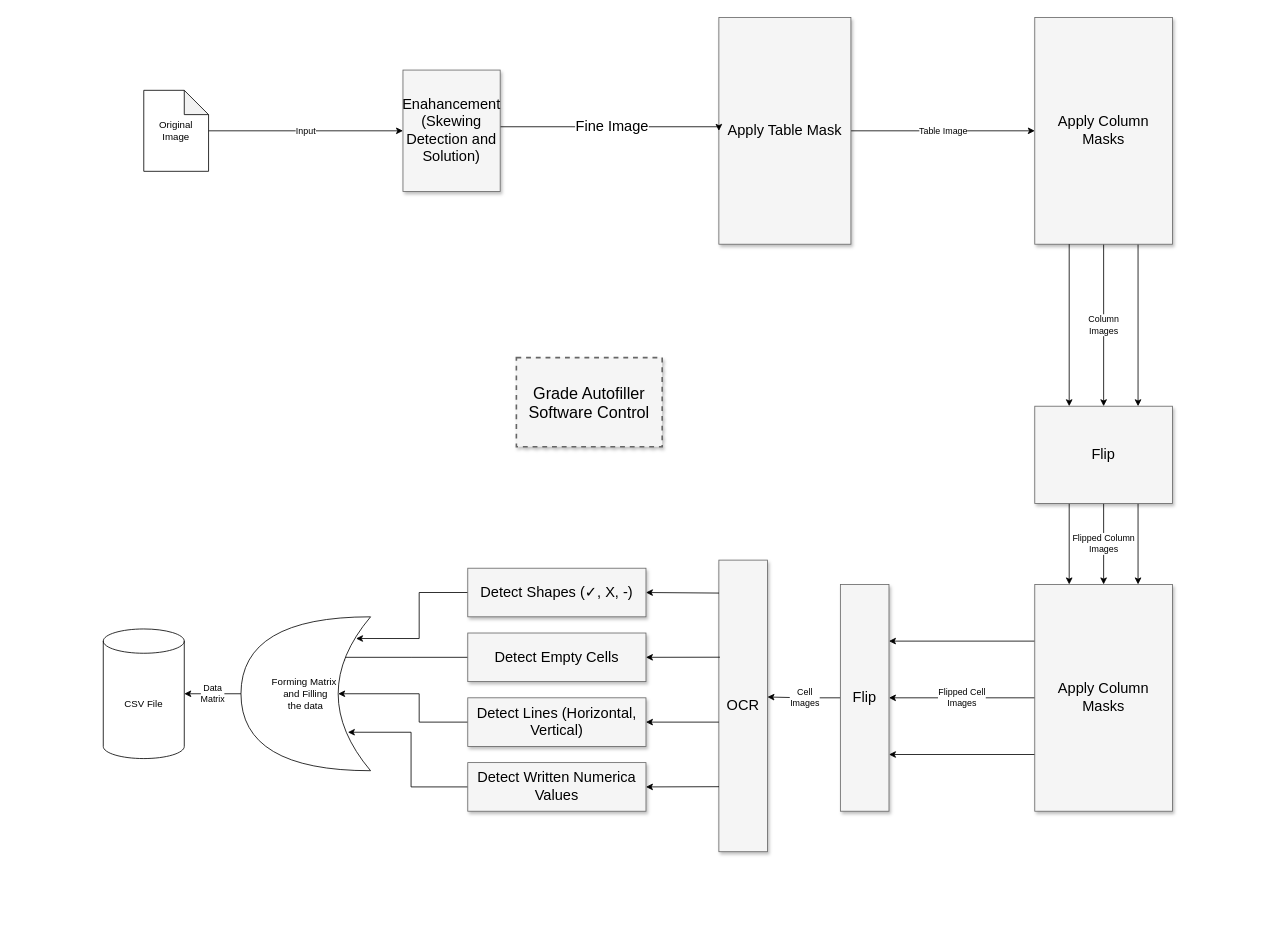
Above: Documents/System Block Diagram.drawio in AhmedAlaa2024/Grade-Auto-Filler (draw.io), before the change. Source tidied: cells renumbered, new cells numbered last; positions are measured from the earlier drawing's top-left corner, leaving out a move shared by most shapes. Both pictures are drawn from the tidied source at 81%, with x=0, y=0 at pixel (103, 17).
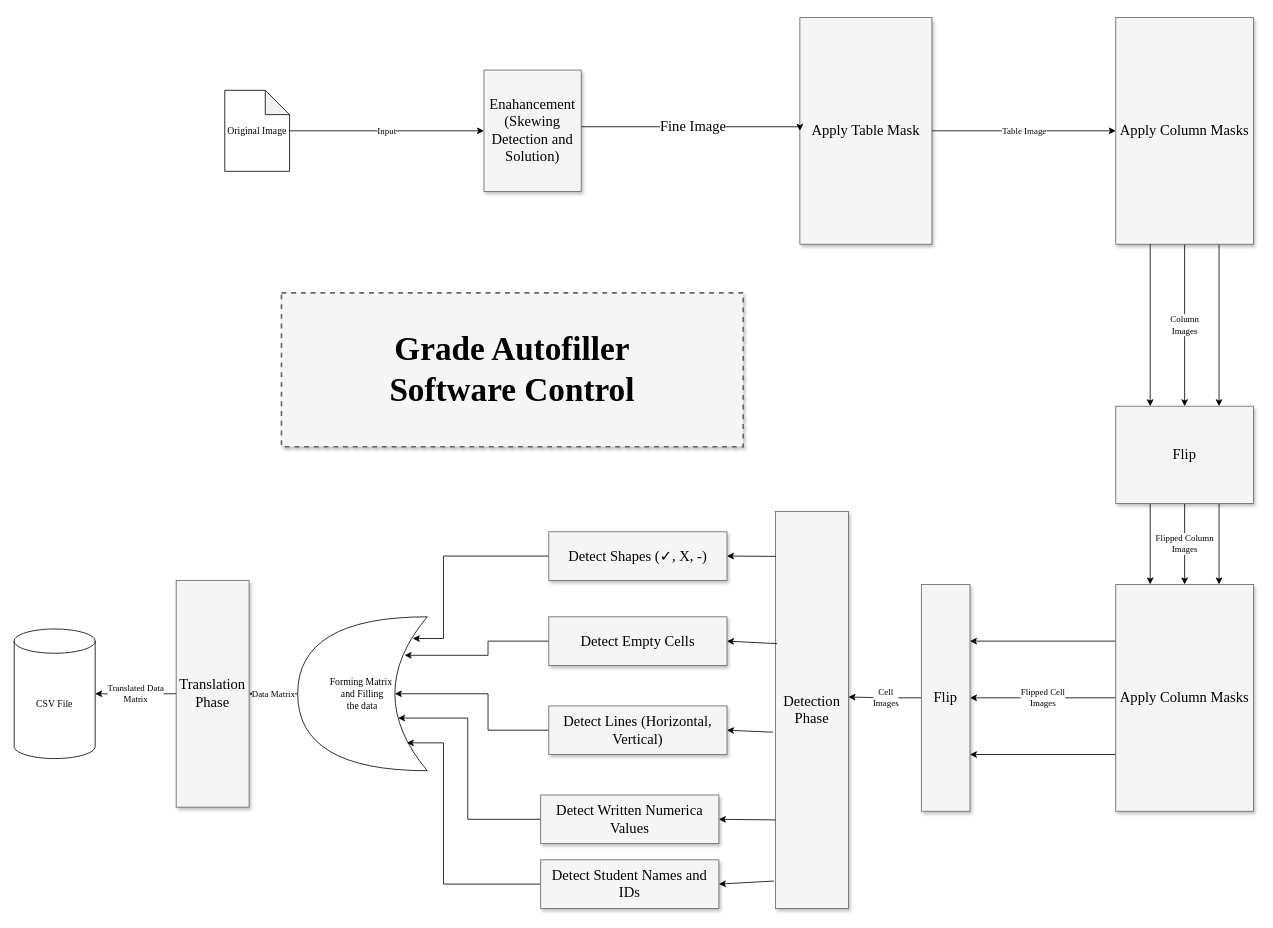
The same page after the edit.

Commit message (it also covers changes not shown here):
Update and add some details in the system block diagram

What changed in the source:
```diff
@@
-    <mxCell id="2" value="Grade Autofiller&lt;br&gt;Software Control" style="whiteSpace=wrap;html=1;shadow=1;fontSize=20;fillColor=#f5f5f5;strokeColor=#666666;strokeWidth=2;dashed=1;" parent="1" vertex="1">
-      <mxGeometry x="510" y="420" width="180" height="110" as="geometry" />
+    <mxCell id="2" value="&lt;font style=&quot;font-size: 41px;&quot;&gt;&lt;b&gt;Grade Autofiller&lt;br&gt;Software Control&lt;/b&gt;&lt;/font&gt;" style="whiteSpace=wrap;html=1;shadow=1;fontSize=20;fillColor=#f5f5f5;strokeColor=#666666;strokeWidth=2;dashed=1;fontFamily=Times New Roman;" parent="1" vertex="1">
+      <mxGeometry x="220" y="340" width="570" height="190" as="geometry" />
     </mxCell>
-    <mxCell id="3" value="Table Image" style="edgeStyle=orthogonalEdgeStyle;rounded=0;jettySize=auto;html=1;" parent="1" edge="1" source="4" target="16">
+    <mxCell id="3" value="Table Image" style="edgeStyle=orthogonalEdgeStyle;rounded=0;jettySize=auto;html=1;fontFamily=Times New Roman;" parent="1" edge="1" source="4" target="16">
       <mxGeometry relative="1" as="geometry" />
     </mxCell>
-    <mxCell id="4" value="Apply Table Mask" style="whiteSpace=wrap;html=1;shadow=1;fontSize=18;fillColor=#f5f5f5;strokeColor=#666666;" parent="1" vertex="1">
-      <mxGeometry x="760" width="163" height="280" as="geometry" />
+    <mxCell id="4" value="Apply Table Mask" style="whiteSpace=wrap;html=1;shadow=1;fontSize=18;fillColor=#f5f5f5;strokeColor=#666666;fontFamily=Times New Roman;" parent="1" vertex="1">
+      <mxGeometry x="860" width="163" height="280" as="geometry" />
     </mxCell>
-    <mxCell id="5" value="Flipped Column&lt;br&gt;Images" style="edgeStyle=orthogonalEdgeStyle;rounded=0;jettySize=auto;html=1;" parent="1" edge="1" source="8" target="20">
+    <mxCell id="5" value="Flipped Column&lt;br&gt;Images" style="edgeStyle=orthogonalEdgeStyle;rounded=0;jettySize=auto;html=1;fontFamily=Times New Roman;" parent="1" edge="1" source="8" target="20">
       <mxGeometry relative="1" as="geometry" />
     </mxCell>
-    <mxCell id="6" style="edgeStyle=orthogonalEdgeStyle;rounded=0;jettySize=auto;html=1;exitX=1;exitY=0.75;exitDx=0;exitDy=0;entryX=0.25;entryY=0;entryDx=0;entryDy=0;" parent="1" edge="1" source="8" target="20">
+    <mxCell id="6" style="edgeStyle=orthogonalEdgeStyle;rounded=0;jettySize=auto;html=1;exitX=1;exitY=0.75;exitDx=0;exitDy=0;entryX=0.25;entryY=0;entryDx=0;entryDy=0;fontFamily=Times New Roman;" parent="1" edge="1" source="8" target="20">
       <mxGeometry relative="1" as="geometry" />
     </mxCell>
-    <mxCell id="7" style="edgeStyle=orthogonalEdgeStyle;rounded=0;jettySize=auto;html=1;exitX=1;exitY=0.25;exitDx=0;exitDy=0;entryX=0.75;entryY=0;entryDx=0;entryDy=0;" parent="1" edge="1" source="8" target="20">
+    <mxCell id="7" style="edgeStyle=orthogonalEdgeStyle;rounded=0;jettySize=auto;html=1;exitX=1;exitY=0.25;exitDx=0;exitDy=0;entryX=0.75;entryY=0;entryDx=0;entryDy=0;fontFamily=Times New Roman;" parent="1" edge="1" source="8" target="20">
       <mxGeometry relative="1" as="geometry" />
     </mxCell>
-    <mxCell id="8" value="Flip" style="whiteSpace=wrap;html=1;shadow=1;fontSize=18;fillColor=#f5f5f5;strokeColor=#666666;direction=south;" parent="1" vertex="1">
-      <mxGeometry x="1150" y="480" width="170" height="120" as="geometry" />
+    <mxCell id="8" value="Flip" style="whiteSpace=wrap;html=1;shadow=1;fontSize=18;fillColor=#f5f5f5;strokeColor=#666666;direction=south;fontFamily=Times New Roman;" parent="1" vertex="1">
+      <mxGeometry x="1250" y="480" width="170" height="120" as="geometry" />
     </mxCell>
-    <mxCell id="9" value="Fine Image" style="edgeStyle=elbowEdgeStyle;rounded=0;html=1;startArrow=none;startFill=0;jettySize=auto;fontSize=18;elbow=vertical;entryX=0;entryY=0.5;entryDx=0;entryDy=0;" parent="1" edge="1" source="10" target="4">
+    <mxCell id="9" value="Fine Image" style="edgeStyle=elbowEdgeStyle;rounded=0;html=1;startArrow=none;startFill=0;jettySize=auto;fontSize=18;elbow=vertical;entryX=0;entryY=0.5;entryDx=0;entryDy=0;fontFamily=Times New Roman;" parent="1" edge="1" source="10" target="4">
       <mxGeometry relative="1" as="geometry">
         <Array as="points">
-          <mxPoint x="547" y="135" />
+          <mxPoint x="647" y="135" />
         </Array>
       </mxGeometry>
     </mxCell>
-    <mxCell id="10" value="Enahancement&lt;br&gt;(Skewing Detection and Solution)" style="whiteSpace=wrap;html=1;shadow=1;fontSize=18;fillColor=#f5f5f5;strokeColor=#666666;" parent="1" vertex="1">
-      <mxGeometry x="370" y="65" width="120" height="150" as="geometry" />
+    <mxCell id="10" value="Enahancement&lt;br&gt;(Skewing Detection and Solution)" style="whiteSpace=wrap;html=1;shadow=1;fontSize=18;fillColor=#f5f5f5;strokeColor=#666666;fontFamily=Times New Roman;" parent="1" vertex="1">
+      <mxGeometry x="470" y="65" width="120" height="150" as="geometry" />
     </mxCell>
-    <mxCell id="11" value="OCR" style="whiteSpace=wrap;html=1;shadow=1;fontSize=18;fillColor=#f5f5f5;strokeColor=#666666;direction=south;" parent="1" vertex="1">
-      <mxGeometry x="760" y="670" width="60" height="360" as="geometry" />
+    <mxCell id="11" value="Detection&lt;br&gt;Phase" style="whiteSpace=wrap;html=1;shadow=1;fontSize=18;fillColor=#f5f5f5;strokeColor=#666666;direction=south;fontFamily=Times New Roman;" parent="1" vertex="1">
+      <mxGeometry x="830" y="610" width="90" height="490" as="geometry" />
     </mxCell>
-    <mxCell id="12" value="Input" style="edgeStyle=orthogonalEdgeStyle;rounded=0;jettySize=auto;html=1;entryX=0;entryY=0.5;entryDx=0;entryDy=0;" parent="1" edge="1" source="13" target="10">
+    <mxCell id="12" value="Input" style="edgeStyle=orthogonalEdgeStyle;rounded=0;jettySize=auto;html=1;entryX=0;entryY=0.5;entryDx=0;entryDy=0;fontFamily=Times New Roman;" parent="1" edge="1" source="13" target="10">
       <mxGeometry relative="1" as="geometry" />
     </mxCell>
-    <mxCell id="13" value="Original Image" style="shape=note;whiteSpace=wrap;html=1;backgroundOutline=1;darkOpacity=0.05;" parent="1" vertex="1">
-      <mxGeometry x="50" y="90" width="80" height="100" as="geometry" />
+    <mxCell id="13" value="Original Image" style="shape=note;whiteSpace=wrap;html=1;backgroundOutline=1;darkOpacity=0.05;fontFamily=Times New Roman;" parent="1" vertex="1">
+      <mxGeometry x="150" y="90" width="80" height="100" as="geometry" />
     </mxCell>
-    <mxCell id="14" value="Column &lt;br&gt;Images" style="edgeStyle=orthogonalEdgeStyle;rounded=0;jettySize=auto;html=1;" parent="1" edge="1" source="16" target="8">
+    <mxCell id="14" value="Column &lt;br&gt;Images" style="edgeStyle=orthogonalEdgeStyle;rounded=0;jettySize=auto;html=1;fontFamily=Times New Roman;" parent="1" edge="1" source="16" target="8">
       <mxGeometry relative="1" as="geometry" />
     </mxCell>
-    <mxCell id="15" style="edgeStyle=orthogonalEdgeStyle;rounded=0;jettySize=auto;html=1;exitX=0.75;exitY=1;exitDx=0;exitDy=0;entryX=0;entryY=0.25;entryDx=0;entryDy=0;" parent="1" edge="1" source="16" target="8">
+    <mxCell id="15" style="edgeStyle=orthogonalEdgeStyle;rounded=0;jettySize=auto;html=1;exitX=0.75;exitY=1;exitDx=0;exitDy=0;entryX=0;entryY=0.25;entryDx=0;entryDy=0;fontFamily=Times New Roman;" parent="1" edge="1" source="16" target="8">
       <mxGeometry relative="1" as="geometry" />
     </mxCell>
-    <mxCell id="16" value="Apply Column Masks" style="whiteSpace=wrap;html=1;shadow=1;fontSize=18;fillColor=#f5f5f5;strokeColor=#666666;" parent="1" vertex="1">
-      <mxGeometry x="1150" width="170" height="280" as="geometry" />
+    <mxCell id="16" value="Apply Column Masks" style="whiteSpace=wrap;html=1;shadow=1;fontSize=18;fillColor=#f5f5f5;strokeColor=#666666;fontFamily=Times New Roman;" parent="1" vertex="1">
+      <mxGeometry x="1250" width="170" height="280" as="geometry" />
     </mxCell>
-    <mxCell id="17" value="Flipped Cell&lt;br&gt;Images" style="edgeStyle=orthogonalEdgeStyle;rounded=0;jettySize=auto;html=1;" parent="1" edge="1" source="20" target="22">
+    <mxCell id="17" value="Flipped Cell&lt;br&gt;Images" style="edgeStyle=orthogonalEdgeStyle;rounded=0;jettySize=auto;html=1;fontFamily=Times New Roman;" parent="1" edge="1" source="20" target="22">
       <mxGeometry relative="1" as="geometry" />
     </mxCell>
-    <mxCell id="18" style="edgeStyle=orthogonalEdgeStyle;rounded=0;jettySize=auto;html=1;exitX=0;exitY=0.25;exitDx=0;exitDy=0;entryX=0.25;entryY=0;entryDx=0;entryDy=0;" parent="1" edge="1" source="20" target="22">
+    <mxCell id="18" style="edgeStyle=orthogonalEdgeStyle;rounded=0;jettySize=auto;html=1;exitX=0;exitY=0.25;exitDx=0;exitDy=0;entryX=0.25;entryY=0;entryDx=0;entryDy=0;fontFamily=Times New Roman;" parent="1" edge="1" source="20" target="22">
       <mxGeometry relative="1" as="geometry" />
     </mxCell>
-    <mxCell id="19" style="edgeStyle=orthogonalEdgeStyle;rounded=0;jettySize=auto;html=1;exitX=0;exitY=0.75;exitDx=0;exitDy=0;entryX=0.75;entryY=0;entryDx=0;entryDy=0;" parent="1" edge="1" source="20" target="22">
+    <mxCell id="19" style="edgeStyle=orthogonalEdgeStyle;rounded=0;jettySize=auto;html=1;exitX=0;exitY=0.75;exitDx=0;exitDy=0;entryX=0.75;entryY=0;entryDx=0;entryDy=0;fontFamily=Times New Roman;" parent="1" edge="1" source="20" target="22">
       <mxGeometry relative="1" as="geometry" />
     </mxCell>
-    <mxCell id="20" value="Apply Column Masks" style="whiteSpace=wrap;html=1;shadow=1;fontSize=18;fillColor=#f5f5f5;strokeColor=#666666;" parent="1" vertex="1">
-      <mxGeometry x="1150" y="700" width="170" height="280" as="geometry" />
+    <mxCell id="20" value="Apply Column Masks" style="whiteSpace=wrap;html=1;shadow=1;fontSize=18;fillColor=#f5f5f5;strokeColor=#666666;fontFamily=Times New Roman;" parent="1" vertex="1">
+      <mxGeometry x="1250" y="700" width="170" height="280" as="geometry" />
     </mxCell>
-    <mxCell id="21" value="Cell&lt;br&gt;Images" style="edgeStyle=orthogonalEdgeStyle;rounded=0;jettySize=auto;html=1;exitX=0.5;exitY=1;exitDx=0;exitDy=0;" parent="1" edge="1" source="22">
+    <mxCell id="21" value="Cell&lt;br&gt;Images" style="edgeStyle=orthogonalEdgeStyle;rounded=0;jettySize=auto;html=1;exitX=0.5;exitY=1;exitDx=0;exitDy=0;fontFamily=Times New Roman;" parent="1" edge="1" source="22">
       <mxGeometry relative="1" as="geometry">
-        <mxPoint x="820" y="839" as="targetPoint" />
+        <mxPoint x="920" y="839" as="targetPoint" />
       </mxGeometry>
     </mxCell>
-    <mxCell id="22" value="Flip" style="whiteSpace=wrap;html=1;shadow=1;fontSize=18;fillColor=#f5f5f5;strokeColor=#666666;direction=south;" parent="1" vertex="1">
-      <mxGeometry x="910" y="700" width="60" height="280" as="geometry" />
+    <mxCell id="22" value="Flip" style="whiteSpace=wrap;html=1;shadow=1;fontSize=18;fillColor=#f5f5f5;strokeColor=#666666;direction=south;fontFamily=Times New Roman;" parent="1" vertex="1">
+      <mxGeometry x="1010" y="700" width="60" height="280" as="geometry" />
     </mxCell>
-    <mxCell id="23" style="endArrow=classic;html=1;rounded=0;entryX=0;entryY=0.75;entryDx=0;entryDy=0;exitX=0.25;exitY=1;exitDx=0;exitDy=0;" parent="1" edge="1" source="16" target="8">
+    <mxCell id="23" style="endArrow=classic;html=1;rounded=0;entryX=0;entryY=0.75;entryDx=0;entryDy=0;exitX=0.25;exitY=1;exitDx=0;exitDy=0;fontFamily=Times New Roman;" parent="1" edge="1" source="16" target="8">
       <mxGeometry relative="1" as="geometry" />
     </mxCell>
-    <mxCell id="24" value="CSV File" style="shape=cylinder3;whiteSpace=wrap;html=1;boundedLbl=1;backgroundOutline=1;size=15;" parent="1" vertex="1">
-      <mxGeometry y="755" width="100" height="160" as="geometry" />
+    <mxCell id="24" value="CSV File" style="shape=cylinder3;whiteSpace=wrap;html=1;boundedLbl=1;backgroundOutline=1;size=15;fontFamily=Times New Roman;" parent="1" vertex="1">
+      <mxGeometry x="-110" y="755" width="100" height="160" as="geometry" />
     </mxCell>
-    <mxCell id="25" style="edgeStyle=orthogonalEdgeStyle;rounded=0;jettySize=auto;html=1;exitX=0.5;exitY=1;exitDx=0;exitDy=0;entryX=0.112;entryY=0.859;entryDx=0;entryDy=0;entryPerimeter=0;" parent="1" edge="1" source="26" target="38">
-      <mxGeometry relative="1" as="geometry" />
+    <mxCell id="25" style="edgeStyle=orthogonalEdgeStyle;rounded=0;jettySize=auto;html=1;exitX=0.5;exitY=1;exitDx=0;exitDy=0;entryX=0.112;entryY=0.859;entryDx=0;entryDy=0;entryPerimeter=0;fontFamily=Times New Roman;" parent="1" edge="1" source="26" target="38">
+      <mxGeometry relative="1" as="geometry">
+        <Array as="points">
+          <mxPoint x="420" y="665" />
+          <mxPoint x="420" y="767" />
+        </Array>
+      </mxGeometry>
     </mxCell>
-    <mxCell id="26" value="Detect Shapes (✓, X, -)" style="whiteSpace=wrap;html=1;shadow=1;fontSize=18;fillColor=#f5f5f5;strokeColor=#666666;direction=south;" parent="1" vertex="1">
-      <mxGeometry x="450" y="680" width="220" height="60" as="geometry" />
+    <mxCell id="26" value="Detect Shapes (✓, X, -)" style="whiteSpace=wrap;html=1;shadow=1;fontSize=18;fillColor=#f5f5f5;strokeColor=#666666;direction=south;fontFamily=Times New Roman;" parent="1" vertex="1">
+      <mxGeometry x="550" y="635" width="220" height="60" as="geometry" />
     </mxCell>
-    <mxCell id="27" style="edgeStyle=orthogonalEdgeStyle;rounded=0;jettySize=auto;html=1;" parent="1" edge="1" source="28">
-      <mxGeometry relative="1" as="geometry">
-        <mxPoint x="290" y="790" as="targetPoint" />
-        <Array as="points">
-          <mxPoint x="380" y="790" />
-          <mxPoint x="380" y="790" />
-        </Array>
-      </mxGeometry>
-    </mxCell>
+    <mxCell id="39" style="edgeStyle=orthogonalEdgeStyle;rounded=0;jettySize=auto;html=1;exitX=0.5;exitY=1;exitDx=0;exitDy=0;entryX=0.175;entryY=0.75;entryDx=0;entryDy=0;entryPerimeter=0;fontFamily=Times New Roman;" parent="1" edge="1" source="28" target="38">
+      <mxGeometry relative="1" as="geometry" />
+    </mxCell>
-    <mxCell id="28" value="Detect Empty Cells" style="whiteSpace=wrap;html=1;shadow=1;fontSize=18;fillColor=#f5f5f5;strokeColor=#666666;direction=south;" parent="1" vertex="1">
-      <mxGeometry x="450" y="760" width="220" height="60" as="geometry" />
+    <mxCell id="28" value="Detect Empty Cells" style="whiteSpace=wrap;html=1;shadow=1;fontSize=18;fillColor=#f5f5f5;strokeColor=#666666;direction=south;fontFamily=Times New Roman;" parent="1" vertex="1">
+      <mxGeometry x="550" y="740" width="220" height="60" as="geometry" />
     </mxCell>
-    <mxCell id="29" style="edgeStyle=orthogonalEdgeStyle;rounded=0;jettySize=auto;html=1;entryX=0.25;entryY=0.5;entryDx=0;entryDy=0;entryPerimeter=0;" parent="1" edge="1" source="30" target="38">
+    <mxCell id="29" style="edgeStyle=orthogonalEdgeStyle;rounded=0;jettySize=auto;html=1;entryX=0.25;entryY=0.5;entryDx=0;entryDy=0;entryPerimeter=0;fontFamily=Times New Roman;" parent="1" edge="1" source="30" target="38">
       <mxGeometry relative="1" as="geometry" />
     </mxCell>
-    <mxCell id="30" value="Detect Lines (Horizontal, Vertical)" style="whiteSpace=wrap;html=1;shadow=1;fontSize=18;fillColor=#f5f5f5;strokeColor=#666666;direction=south;" parent="1" vertex="1">
-      <mxGeometry x="450" y="840" width="220" height="60" as="geometry" />
+    <mxCell id="30" value="Detect Lines (Horizontal, Vertical)" style="whiteSpace=wrap;html=1;shadow=1;fontSize=18;fillColor=#f5f5f5;strokeColor=#666666;direction=south;fontFamily=Times New Roman;" parent="1" vertex="1">
+      <mxGeometry x="550" y="850" width="220" height="60" as="geometry" />
     </mxCell>
-    <mxCell id="31" style="edgeStyle=orthogonalEdgeStyle;rounded=0;jettySize=auto;html=1;entryX=0.175;entryY=0.25;entryDx=0;entryDy=0;entryPerimeter=0;" parent="1" edge="1" source="32" target="38">
+    <mxCell id="31" style="edgeStyle=orthogonalEdgeStyle;rounded=0;jettySize=auto;html=1;exitX=0.5;exitY=1;exitDx=0;exitDy=0;entryX=0.225;entryY=0.342;entryDx=0;entryDy=0;entryPerimeter=0;fontFamily=Times New Roman;" parent="1" edge="1" source="32" target="38">
       <mxGeometry relative="1" as="geometry">
         <Array as="points">
-          <mxPoint x="380" y="950" />
-          <mxPoint x="380" y="882" />
+          <mxPoint x="450" y="990" />
+          <mxPoint x="450" y="865" />
         </Array>
       </mxGeometry>
     </mxCell>
-    <mxCell id="32" value="Detect Written Numerica Values" style="whiteSpace=wrap;html=1;shadow=1;fontSize=18;fillColor=#f5f5f5;strokeColor=#666666;direction=south;" parent="1" vertex="1">
-      <mxGeometry x="450" y="920" width="220" height="60" as="geometry" />
+    <mxCell id="32" value="Detect Written Numerica Values" style="whiteSpace=wrap;html=1;shadow=1;fontSize=18;fillColor=#f5f5f5;strokeColor=#666666;direction=south;fontFamily=Times New Roman;" parent="1" vertex="1">
+      <mxGeometry x="540" y="960" width="220" height="60" as="geometry" />
     </mxCell>
-    <mxCell id="33" style="endArrow=classic;html=1;rounded=0;exitX=0.113;exitY=0.998;exitDx=0;exitDy=0;exitPerimeter=0;entryX=0.5;entryY=0;entryDx=0;entryDy=0;" parent="1" edge="1" source="11" target="26">
+    <mxCell id="33" style="endArrow=classic;html=1;rounded=0;exitX=0.113;exitY=0.998;exitDx=0;exitDy=0;exitPerimeter=0;entryX=0.5;entryY=0;entryDx=0;entryDy=0;fontFamily=Times New Roman;" parent="1" edge="1" source="11" target="26">
       <mxGeometry relative="1" as="geometry" />
     </mxCell>
-    <mxCell id="34" style="endArrow=classic;html=1;rounded=0;exitX=0.333;exitY=0.979;exitDx=0;exitDy=0;exitPerimeter=0;entryX=0.5;entryY=0;entryDx=0;entryDy=0;" parent="1" edge="1" source="11" target="28">
+    <mxCell id="34" style="endArrow=classic;html=1;rounded=0;exitX=0.333;exitY=0.979;exitDx=0;exitDy=0;exitPerimeter=0;entryX=0.5;entryY=0;entryDx=0;entryDy=0;fontFamily=Times New Roman;" parent="1" edge="1" source="11" target="28">
       <mxGeometry relative="1" as="geometry" />
     </mxCell>
-    <mxCell id="35" style="endArrow=classic;html=1;rounded=0;entryX=0.5;entryY=0;entryDx=0;entryDy=0;" parent="1" edge="1" target="30">
-      <mxGeometry relative="1" as="geometry">
-        <mxPoint x="760" y="870" as="sourcePoint" />
-      </mxGeometry>
+    <mxCell id="35" style="endArrow=classic;html=1;rounded=0;entryX=0.5;entryY=0;entryDx=0;entryDy=0;exitX=0.556;exitY=1.037;exitDx=0;exitDy=0;exitPerimeter=0;fontFamily=Times New Roman;" parent="1" edge="1" source="11" target="30">
+      <mxGeometry relative="1" as="geometry" />
     </mxCell>
-    <mxCell id="36" style="endArrow=classic;html=1;rounded=0;entryX=0.5;entryY=0;entryDx=0;entryDy=0;exitX=0.777;exitY=0.998;exitDx=0;exitDy=0;exitPerimeter=0;" parent="1" edge="1" source="11" target="32">
+    <mxCell id="36" style="endArrow=classic;html=1;rounded=0;entryX=0.5;entryY=0;entryDx=0;entryDy=0;exitX=0.777;exitY=0.998;exitDx=0;exitDy=0;exitPerimeter=0;fontFamily=Times New Roman;" parent="1" edge="1" source="11" target="32">
       <mxGeometry relative="1" as="geometry" />
     </mxCell>
-    <mxCell id="37" value="Data&lt;br&gt;Matrix" style="edgeStyle=orthogonalEdgeStyle;rounded=0;jettySize=auto;html=1;entryX=1;entryY=0.5;entryDx=0;entryDy=0;entryPerimeter=0;" parent="1" edge="1" source="38" target="24">
+    <mxCell id="37" value="Data Matrix" style="edgeStyle=orthogonalEdgeStyle;rounded=0;jettySize=auto;html=1;exitX=1;exitY=0.5;exitDx=0;exitDy=0;exitPerimeter=0;entryX=0.5;entryY=0;entryDx=0;entryDy=0;fontFamily=Times New Roman;" parent="1" edge="1" source="38" target="41">
       <mxGeometry relative="1" as="geometry" />
     </mxCell>
-    <mxCell id="38" value="Forming Matrix&amp;nbsp;&lt;br&gt;and Filling&lt;br&gt;the data" style="shape=xor;whiteSpace=wrap;html=1;direction=west;" parent="1" vertex="1">
-      <mxGeometry x="170" y="740" width="160" height="190" as="geometry" />
+    <mxCell id="38" value="Forming Matrix&amp;nbsp;&lt;br&gt;and Filling&lt;br&gt;the data" style="shape=xor;whiteSpace=wrap;html=1;direction=west;fontFamily=Times New Roman;" parent="1" vertex="1">
+      <mxGeometry x="240" y="740" width="160" height="190" as="geometry" />
     </mxCell>
+    <mxCell id="40" value="Translated Data&lt;br&gt;Matrix" style="edgeStyle=orthogonalEdgeStyle;rounded=0;jettySize=auto;html=1;exitX=0.5;exitY=1;exitDx=0;exitDy=0;entryX=1;entryY=0.5;entryDx=0;entryDy=0;entryPerimeter=0;fontFamily=Times New Roman;" parent="1" edge="1" source="41" target="24">
+      <mxGeometry relative="1" as="geometry" />
+    </mxCell>
+    <mxCell id="41" value="Translation Phase" style="whiteSpace=wrap;html=1;shadow=1;fontSize=18;fillColor=#f5f5f5;strokeColor=#666666;direction=south;fontFamily=Times New Roman;" parent="1" vertex="1">
+      <mxGeometry x="90" y="695" width="90" height="280" as="geometry" />
+    </mxCell>
+    <mxCell id="42" style="edgeStyle=orthogonalEdgeStyle;rounded=0;jettySize=auto;html=1;exitX=0.5;exitY=1;exitDx=0;exitDy=0;entryX=0.158;entryY=0.181;entryDx=0;entryDy=0;entryPerimeter=0;fontFamily=Times New Roman;" parent="1" edge="1" source="43" target="38">
+      <mxGeometry relative="1" as="geometry">
+        <Array as="points">
+          <mxPoint x="420" y="1070" />
+          <mxPoint x="420" y="896" />
+        </Array>
+      </mxGeometry>
+    </mxCell>
+    <mxCell id="43" value="Detect Student Names and IDs" style="whiteSpace=wrap;html=1;shadow=1;fontSize=18;fillColor=#f5f5f5;strokeColor=#666666;direction=south;fontFamily=Times New Roman;" parent="1" vertex="1">
+      <mxGeometry x="540" y="1040" width="220" height="60" as="geometry" />
+    </mxCell>
+    <mxCell id="44" style="endArrow=classic;html=1;rounded=0;exitX=0.931;exitY=1.022;exitDx=0;exitDy=0;exitPerimeter=0;entryX=0.5;entryY=0;entryDx=0;entryDy=0;fontFamily=Times New Roman;" parent="1" edge="1" source="11" target="43">
+      <mxGeometry relative="1" as="geometry" />
+    </mxCell>
```
